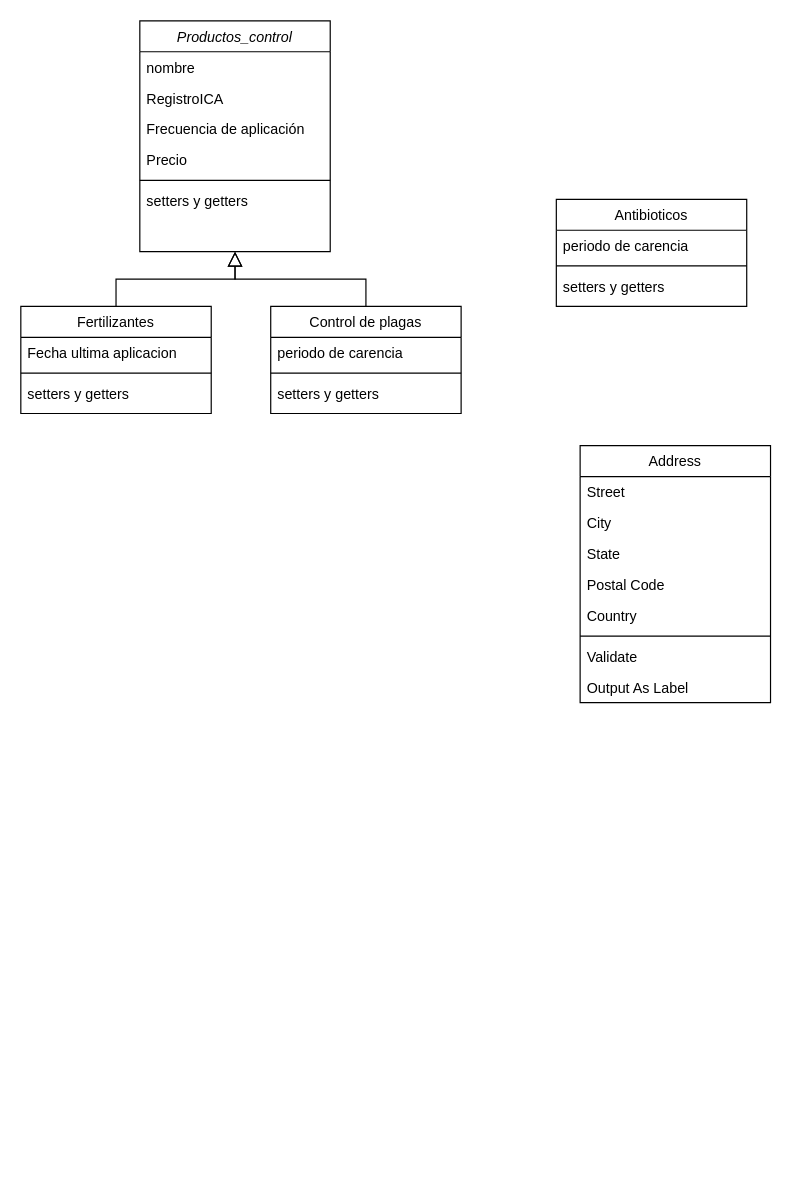
Above: DiagramaClases/Diagrama sin título.drawio in GeorgeKonrad29/Parcial2_progra4 (draw.io), before the change. Source tidied: cells renumbered, new cells numbered last; positions are measured from the earlier drawing's top-left corner, leaving out a move shared by most shapes. Both pictures are drawn from the tidied source at 119%, with x=0, y=0 at pixel (20, 20).
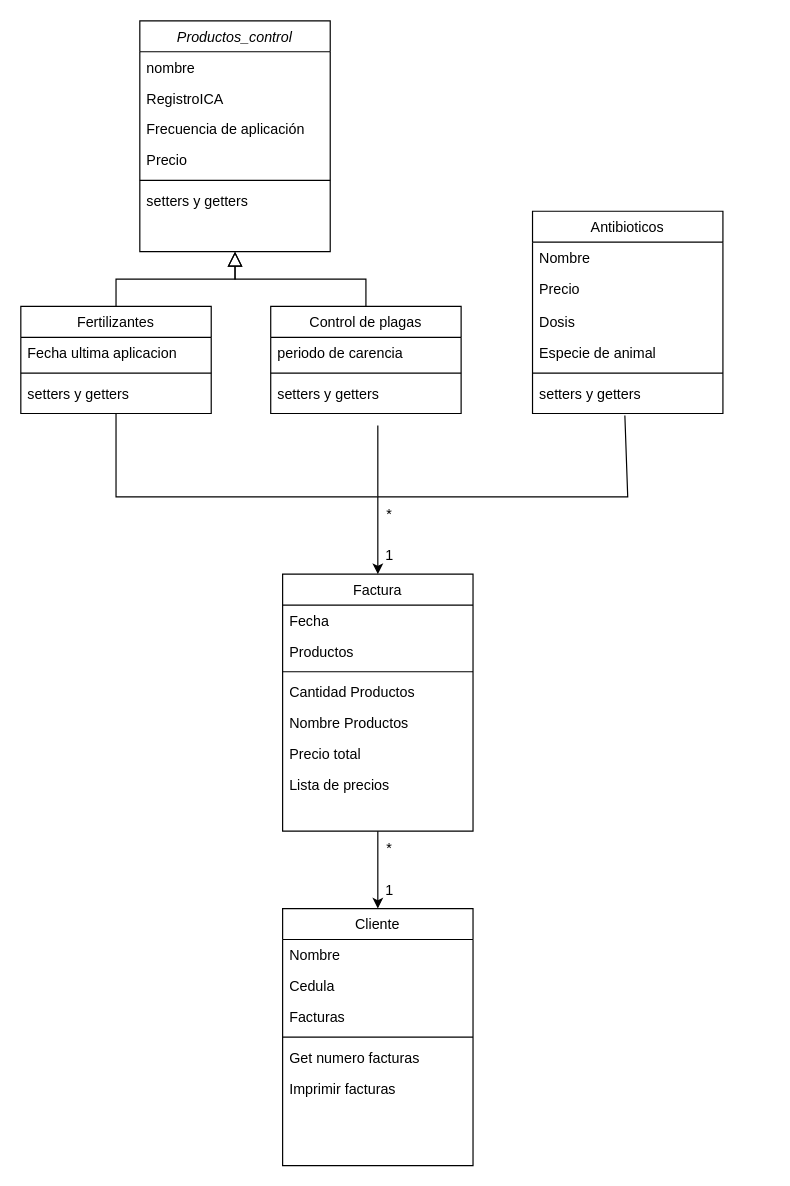
Above is the later version.

Commit message:
diagrama clases terminado

Unchanged cells that the change refers to:
```xml
<mxCell id="9" value="Fertilizantes" style="swimlane;fontStyle=0;align=center;verticalAlign=top;horizontal=1;startSize=26;rounded=0;shadow=0;strokeWidth=1;" parent="1" vertex="1">
  <mxGeometry y="240" width="160" height="90" as="geometry" />
</mxCell>
```

The edit, as a diff of the source:
```diff
@@
-    <mxCell id="19" value="Address" style="swimlane;fontStyle=0;align=center;verticalAlign=top;horizontal=1;startSize=26;rounded=0;shadow=0;strokeWidth=1;" parent="1" vertex="1">
-      <mxGeometry x="470" y="357" width="160" height="216" as="geometry" />
+    <mxCell id="19" value="Factura" style="swimlane;fontStyle=0;align=center;verticalAlign=top;horizontal=1;startSize=26;rounded=0;shadow=0;strokeWidth=1;" parent="1" vertex="1">
+      <mxGeometry x="220" y="465" width="160" height="216" as="geometry" />
     </mxCell>
-    <mxCell id="20" value="Street" style="text;align=left;verticalAlign=top;spacingLeft=4;spacingRight=4;overflow=hidden;" parent="19" vertex="1">
+    <mxCell id="20" value="Fecha" style="text;align=left;verticalAlign=top;spacingLeft=4;spacingRight=4;overflow=hidden;" parent="19" vertex="1">
       <mxGeometry y="26" width="160" height="26" as="geometry" />
     </mxCell>
-    <mxCell id="21" value="City" style="text;align=left;verticalAlign=top;spacingLeft=4;spacingRight=4;overflow=hidden;rounded=0;shadow=0;html=0;" parent="19" vertex="1">
+    <mxCell id="21" value="Productos" style="text;align=left;verticalAlign=top;spacingLeft=4;spacingRight=4;overflow=hidden;rounded=0;shadow=0;html=0;" parent="19" vertex="1">
       <mxGeometry y="52" width="160" height="26" as="geometry" />
     </mxCell>
-    <mxCell id="22" value="State" style="text;align=left;verticalAlign=top;spacingLeft=4;spacingRight=4;overflow=hidden;rounded=0;shadow=0;html=0;" parent="19" vertex="1">
-      <mxGeometry y="78" width="160" height="26" as="geometry" />
-    </mxCell>
-    <mxCell id="23" value="Postal Code" style="text;align=left;verticalAlign=top;spacingLeft=4;spacingRight=4;overflow=hidden;rounded=0;shadow=0;html=0;" parent="19" vertex="1">
-      <mxGeometry y="104" width="160" height="26" as="geometry" />
-    </mxCell>
-    <mxCell id="24" value="Country" style="text;align=left;verticalAlign=top;spacingLeft=4;spacingRight=4;overflow=hidden;rounded=0;shadow=0;html=0;" parent="19" vertex="1">
-      <mxGeometry y="130" width="160" height="26" as="geometry" />
-    </mxCell>
     <mxCell id="25" style="line;html=1;strokeWidth=1;align=left;verticalAlign=middle;spacingTop=-1;spacingLeft=3;spacingRight=3;labelPosition=right;" parent="19" vertex="1">
-      <mxGeometry y="156" width="160" height="8" as="geometry" />
+      <mxGeometry y="78" width="160" height="8" as="geometry" />
     </mxCell>
-    <mxCell id="26" value="Validate" style="text;align=left;verticalAlign=top;spacingLeft=4;spacingRight=4;overflow=hidden;" parent="19" vertex="1">
-      <mxGeometry y="164" width="160" height="26" as="geometry" />
+    <mxCell id="26" value="Cantidad Productos" style="text;align=left;verticalAlign=top;spacingLeft=4;spacingRight=4;overflow=hidden;" parent="19" vertex="1">
+      <mxGeometry y="86" width="160" height="26" as="geometry" />
     </mxCell>
-    <mxCell id="27" value="Output As Label" style="text;align=left;verticalAlign=top;spacingLeft=4;spacingRight=4;overflow=hidden;" parent="19" vertex="1">
-      <mxGeometry y="190" width="160" height="26" as="geometry" />
-    </mxCell>
+    <mxCell id="32" value="Nombre Productos" style="text;align=left;verticalAlign=top;spacingLeft=4;spacingRight=4;overflow=hidden;" parent="19" vertex="1">
+      <mxGeometry y="112" width="160" height="26" as="geometry" />
+    </mxCell>
+    <mxCell id="33" value="Precio total" style="text;align=left;verticalAlign=top;spacingLeft=4;spacingRight=4;overflow=hidden;" parent="19" vertex="1">
+      <mxGeometry y="138" width="160" height="26" as="geometry" />
+    </mxCell>
+    <mxCell id="34" value="Lista de precios" style="text;align=left;verticalAlign=top;spacingLeft=4;spacingRight=4;overflow=hidden;" parent="19" vertex="1">
+      <mxGeometry y="164" width="160" height="26" as="geometry" />
+    </mxCell>
     <mxCell id="28" value="Antibioticos" style="swimlane;fontStyle=0;align=center;verticalAlign=top;horizontal=1;startSize=26;rounded=0;shadow=0;strokeWidth=1;" parent="1" vertex="1">
-      <mxGeometry x="450" y="150" width="160" height="90" as="geometry" />
+      <mxGeometry x="430" y="160" width="160" height="170" as="geometry" />
     </mxCell>
-    <mxCell id="29" value="periodo de carencia" style="text;align=left;verticalAlign=top;spacingLeft=4;spacingRight=4;overflow=hidden;" parent="28" vertex="1">
+    <mxCell id="29" value="Nombre" style="text;align=left;verticalAlign=top;spacingLeft=4;spacingRight=4;overflow=hidden;" parent="28" vertex="1">
       <mxGeometry y="26" width="160" height="26" as="geometry" />
     </mxCell>
+    <mxCell id="35" value="Precio" style="text;align=left;verticalAlign=top;spacingLeft=4;spacingRight=4;overflow=hidden;" parent="28" vertex="1">
+      <mxGeometry y="52" width="160" height="28" as="geometry" />
+    </mxCell>
+    <mxCell id="36" value="Dosis" style="text;align=left;verticalAlign=top;spacingLeft=4;spacingRight=4;overflow=hidden;" parent="28" vertex="1">
+      <mxGeometry y="80" width="160" height="26" as="geometry" />
+    </mxCell>
+    <mxCell id="37" value="Especie de animal" style="text;align=left;verticalAlign=top;spacingLeft=4;spacingRight=4;overflow=hidden;" parent="28" vertex="1">
+      <mxGeometry y="106" width="160" height="26" as="geometry" />
+    </mxCell>
     <mxCell id="30" style="line;html=1;strokeWidth=1;align=left;verticalAlign=middle;spacingTop=-1;spacingLeft=3;spacingRight=3;labelPosition=right;" parent="28" vertex="1">
-      <mxGeometry y="52" width="160" height="8" as="geometry" />
+      <mxGeometry y="132" width="160" height="8" as="geometry" />
     </mxCell>
     <mxCell id="31" value="setters y getters" style="text;align=left;verticalAlign=top;spacingLeft=4;spacingRight=4;overflow=hidden;points=[[0,0.5],[1,0.5]];portConstraint=eastwest;rounded=0;shadow=0;html=0;" parent="28" vertex="1">
-      <mxGeometry y="60" width="160" height="30" as="geometry" />
+      <mxGeometry y="140" width="160" height="30" as="geometry" />
     </mxCell>
+    <mxCell id="38" style="endArrow=classic;html=1;rounded=0;entryX=0.5;entryY=0;entryDx=0;entryDy=0;" parent="1" edge="1" target="19">
+      <mxGeometry relative="1" as="geometry">
+        <mxPoint x="300" y="400" as="sourcePoint" />
+      </mxGeometry>
+    </mxCell>
+    <mxCell id="39" style="endArrow=none;html=1;rounded=0;entryX=0.485;entryY=1.053;entryDx=0;entryDy=0;entryPerimeter=0;" parent="1" edge="1" target="31">
+      <mxGeometry relative="1" as="geometry">
+        <mxPoint x="300" y="400" as="sourcePoint" />
+        <Array as="points">
+          <mxPoint x="510" y="400" />
+        </Array>
+      </mxGeometry>
+    </mxCell>
+    <mxCell id="40" style="endArrow=none;html=1;rounded=0;" parent="1" edge="1">
+      <mxGeometry relative="1" as="geometry">
+        <mxPoint x="300" y="400" as="sourcePoint" />
+        <mxPoint x="300" y="340" as="targetPoint" />
+      </mxGeometry>
+    </mxCell>
+    <mxCell id="41" style="endArrow=none;html=1;rounded=0;entryX=0.5;entryY=1;entryDx=0;entryDy=0;" parent="1" edge="1" target="9">
+      <mxGeometry relative="1" as="geometry">
+        <mxPoint x="300" y="400" as="sourcePoint" />
+        <Array as="points">
+          <mxPoint x="260" y="400" />
+          <mxPoint x="80" y="400" />
+        </Array>
+      </mxGeometry>
+    </mxCell>
+    <mxCell id="42" value="*" style="text;html=1;align=center;verticalAlign=middle;whiteSpace=wrap;rounded=0;" parent="1" vertex="1">
+      <mxGeometry x="280" y="400" width="60" height="30" as="geometry" />
+    </mxCell>
+    <mxCell id="43" value="1" style="text;html=1;align=center;verticalAlign=middle;whiteSpace=wrap;rounded=0;" parent="1" vertex="1">
+      <mxGeometry x="280" y="435" width="60" height="30" as="geometry" />
+    </mxCell>
+    <mxCell id="44" value="Cliente" style="swimlane;fontStyle=0;align=center;verticalAlign=top;horizontal=1;startSize=26;rounded=0;shadow=0;strokeWidth=1;" parent="1" vertex="1">
+      <mxGeometry x="220" y="746" width="160" height="216" as="geometry" />
+    </mxCell>
+    <mxCell id="45" value="Nombre" style="text;align=left;verticalAlign=top;spacingLeft=4;spacingRight=4;overflow=hidden;" parent="44" vertex="1">
+      <mxGeometry y="26" width="160" height="26" as="geometry" />
+    </mxCell>
+    <mxCell id="46" value="Cedula" style="text;align=left;verticalAlign=top;spacingLeft=4;spacingRight=4;overflow=hidden;rounded=0;shadow=0;html=0;" parent="44" vertex="1">
+      <mxGeometry y="52" width="160" height="26" as="geometry" />
+    </mxCell>
+    <mxCell id="47" value="Facturas" style="text;align=left;verticalAlign=top;spacingLeft=4;spacingRight=4;overflow=hidden;rounded=0;shadow=0;html=0;" parent="44" vertex="1">
+      <mxGeometry y="78" width="160" height="26" as="geometry" />
+    </mxCell>
+    <mxCell id="48" style="line;html=1;strokeWidth=1;align=left;verticalAlign=middle;spacingTop=-1;spacingLeft=3;spacingRight=3;labelPosition=right;" parent="44" vertex="1">
+      <mxGeometry y="104" width="160" height="8" as="geometry" />
+    </mxCell>
+    <mxCell id="49" value="Get numero facturas" style="text;align=left;verticalAlign=top;spacingLeft=4;spacingRight=4;overflow=hidden;" parent="44" vertex="1">
+      <mxGeometry y="112" width="160" height="26" as="geometry" />
+    </mxCell>
+    <mxCell id="50" value="Imprimir facturas" style="text;align=left;verticalAlign=top;spacingLeft=4;spacingRight=4;overflow=hidden;" parent="44" vertex="1">
+      <mxGeometry y="138" width="160" height="26" as="geometry" />
+    </mxCell>
+    <mxCell id="51" style="endArrow=classic;html=1;rounded=0;entryX=0.5;entryY=0;entryDx=0;entryDy=0;" parent="1" edge="1">
+      <mxGeometry relative="1" as="geometry">
+        <mxPoint x="300" y="681" as="sourcePoint" />
+        <mxPoint x="300" y="746" as="targetPoint" />
+      </mxGeometry>
+    </mxCell>
+    <mxCell id="52" value="*" style="text;html=1;align=center;verticalAlign=middle;whiteSpace=wrap;rounded=0;" parent="1" vertex="1">
+      <mxGeometry x="280" y="681" width="60" height="30" as="geometry" />
+    </mxCell>
+    <mxCell id="53" value="1" style="text;html=1;align=center;verticalAlign=middle;whiteSpace=wrap;rounded=0;" parent="1" vertex="1">
+      <mxGeometry x="280" y="716" width="60" height="30" as="geometry" />
+    </mxCell>
```
